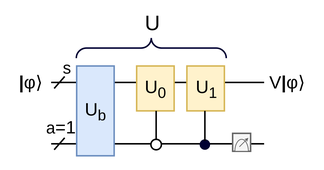
This is images/unitary.svg from BQSKit/bqskit-tutorial, a draw.io export, as it was before one commit. Source tidied: cells renumbered, new cells last; positions are measured from the earlier drawing's top-left corner, leaving out a move shared by most shapes.
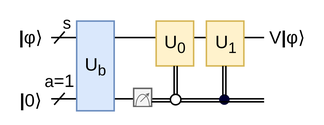
Above is the later version.

What changed in the source:
```diff
@@ -4,27 +4,27 @@
     <mxCell id="1" parent="0" />
     <mxCell id="2" style="endArrow=none;html=1;rounded=0;fontSize=6;fontColor=#FF0000;targetPerimeterSpacing=-2;" parent="1" edge="1">
       <mxGeometry relative="1" as="geometry">
-        <mxPoint x="34" y="73" as="sourcePoint" />
-        <mxPoint x="176" y="73" as="targetPoint" />
+        <mxPoint x="34" y="-73" as="sourcePoint" />
+        <mxPoint x="176" y="-73" as="targetPoint" />
       </mxGeometry>
     </mxCell>
     <mxCell id="3" style="endArrow=none;html=1;rounded=0;fontSize=6;fontColor=#FF0000;endSize=8;" parent="1" edge="1">
       <mxGeometry relative="1" as="geometry">
-        <mxPoint x="34" y="114" as="sourcePoint" />
-        <mxPoint x="176" y="114" as="targetPoint" />
+        <mxPoint x="34" y="-32" as="sourcePoint" />
+        <mxPoint x="176" y="-32" as="targetPoint" />
       </mxGeometry>
     </mxCell>
     <mxCell id="4" value="U&lt;sub&gt;b&lt;/sub&gt;" style="rounded=0;whiteSpace=wrap;html=1;fillColor=#dae8fc;strokeColor=#6c8ebf;" parent="1" vertex="1">
-      <mxGeometry x="51" y="62" width="25" height="60" as="geometry" />
+      <mxGeometry x="51" y="-84" width="25" height="60" as="geometry" />
     </mxCell>
     <mxCell id="5" style="edgeStyle=orthogonalEdgeStyle;rounded=0;orthogonalLoop=1;jettySize=auto;html=1;exitX=0.5;exitY=1;exitDx=0;exitDy=0;" parent="1" edge="1">
       <mxGeometry relative="1" as="geometry">
-        <mxPoint x="63.5" y="123" as="sourcePoint" />
-        <mxPoint x="63.5" y="123" as="targetPoint" />
+        <mxPoint x="63.5" y="-23" as="sourcePoint" />
+        <mxPoint x="63.5" y="-23" as="targetPoint" />
       </mxGeometry>
     </mxCell>
     <mxCell id="6" style="group;" parent="1" vertex="1">
-      <mxGeometry x="155" y="107" width="12" height="12" as="geometry" />
+      <mxGeometry x="89" y="-39" width="12" height="12" as="geometry" />
     </mxCell>
     <mxCell id="7" style="rounded=0;whiteSpace=wrap;html=1;fillColor=#f5f5f5;strokeColor=#666666;fontColor=#333333;" parent="6" vertex="1">
       <mxGeometry width="12" height="12" as="geometry" />
@@ -39,58 +39,73 @@
       </mxGeometry>
     </mxCell>
     <mxCell id="10" value="&lt;span lang=&quot;en&quot; class=&quot;BxUVEf ILfuVd&quot;&gt;&lt;span class=&quot;hgKElc&quot;&gt;&lt;span&gt;&lt;span&gt;&lt;b&gt;|&lt;/b&gt;&lt;/span&gt;&lt;/span&gt;&lt;/span&gt;&lt;/span&gt;φ&lt;span lang=&quot;en&quot; class=&quot;BxUVEf ILfuVd&quot;&gt;&lt;span class=&quot;hgKElc&quot;&gt;&lt;span&gt;&lt;span&gt;⟩&lt;/span&gt;&lt;/span&gt;&lt;/span&gt;&lt;/span&gt;" style="text;html=1;align=center;verticalAlign=middle;strokeColor=none;fillColor=none;" parent="1" vertex="1">
-      <mxGeometry y="58" width="40" height="30" as="geometry" />
+      <mxGeometry y="-88" width="40" height="30" as="geometry" />
     </mxCell>
-    <mxCell id="11" style="endArrow=none;html=1;rounded=0;" parent="1" edge="1">
-      <mxGeometry relative="1" as="geometry">
-        <mxPoint x="36" y="77" as="sourcePoint" />
-        <mxPoint x="43" y="69" as="targetPoint" />
-      </mxGeometry>
+    <mxCell id="11" value="&lt;span lang=&quot;en&quot; class=&quot;BxUVEf ILfuVd&quot;&gt;&lt;span class=&quot;hgKElc&quot;&gt;&lt;span&gt;&lt;span&gt;&lt;b&gt;|&lt;/b&gt;&lt;span tabindex=&quot;0&quot; role=&quot;tooltip&quot;&gt;&lt;span tabindex=&quot;0&quot; role=&quot;button&quot; class=&quot;c5aZPb&quot;&gt;&lt;span class=&quot;JPfdse&quot;&gt;0&lt;/span&gt;&lt;/span&gt;&lt;/span&gt;⟩&lt;/span&gt;&lt;/span&gt;&lt;/span&gt;&lt;/span&gt;" style="text;html=1;align=center;verticalAlign=middle;strokeColor=none;fillColor=none;" parent="1" vertex="1">
+      <mxGeometry y="-46" width="40" height="30" as="geometry" />
     </mxCell>
     <mxCell id="12" style="endArrow=none;html=1;rounded=0;" parent="1" edge="1">
       <mxGeometry relative="1" as="geometry">
-        <mxPoint x="36" y="118" as="sourcePoint" />
-        <mxPoint x="43" y="110" as="targetPoint" />
+        <mxPoint x="36" y="-69" as="sourcePoint" />
+        <mxPoint x="43" y="-77" as="targetPoint" />
       </mxGeometry>
     </mxCell>
-    <mxCell id="13" value="&lt;font style=&quot;font-size: 11px;&quot;&gt;s&lt;/font&gt;" style="text;html=1;align=center;verticalAlign=middle;strokeColor=none;fillColor=none;" parent="1" vertex="1">
-      <mxGeometry x="29" y="48" width="30" height="30" as="geometry" />
+    <mxCell id="13" style="endArrow=none;html=1;rounded=0;" parent="1" edge="1">
+      <mxGeometry relative="1" as="geometry">
+        <mxPoint x="36" y="-28" as="sourcePoint" />
+        <mxPoint x="43" y="-36" as="targetPoint" />
+      </mxGeometry>
     </mxCell>
-    <mxCell id="14" value="&lt;span lang=&quot;en&quot; class=&quot;BxUVEf ILfuVd&quot;&gt;&lt;span class=&quot;hgKElc&quot;&gt;&lt;span&gt;&lt;span&gt;V&lt;b&gt;|&lt;/b&gt;&lt;/span&gt;&lt;/span&gt;&lt;/span&gt;&lt;/span&gt;φ&lt;span lang=&quot;en&quot; class=&quot;BxUVEf ILfuVd&quot;&gt;&lt;span class=&quot;hgKElc&quot;&gt;&lt;span&gt;&lt;span&gt;⟩&lt;/span&gt;&lt;/span&gt;&lt;/span&gt;&lt;/span&gt;" style="text;html=1;align=center;verticalAlign=middle;strokeColor=none;fillColor=none;" parent="1" vertex="1">
-      <mxGeometry x="166" y="58" width="50" height="30" as="geometry" />
+    <mxCell id="14" value="&lt;font style=&quot;font-size: 11px;&quot;&gt;s&lt;/font&gt;" style="text;html=1;align=center;verticalAlign=middle;strokeColor=none;fillColor=none;" parent="1" vertex="1">
+      <mxGeometry x="29" y="-98" width="30" height="30" as="geometry" />
     </mxCell>
-    <mxCell id="15" style="ellipse;whiteSpace=wrap;html=1;fontSize=12;fillColor=#000033;strokeWidth=0;" parent="1" vertex="1">
-      <mxGeometry x="133" y="111" width="7" height="7" as="geometry" />
+    <mxCell id="15" value="&lt;span lang=&quot;en&quot; class=&quot;BxUVEf ILfuVd&quot;&gt;&lt;span class=&quot;hgKElc&quot;&gt;&lt;span&gt;&lt;span&gt;V&lt;b&gt;|&lt;/b&gt;&lt;/span&gt;&lt;/span&gt;&lt;/span&gt;&lt;/span&gt;φ&lt;span lang=&quot;en&quot; class=&quot;BxUVEf ILfuVd&quot;&gt;&lt;span class=&quot;hgKElc&quot;&gt;&lt;span&gt;&lt;span&gt;⟩&lt;/span&gt;&lt;/span&gt;&lt;/span&gt;&lt;/span&gt;" style="text;html=1;align=center;verticalAlign=middle;strokeColor=none;fillColor=none;" parent="1" vertex="1">
+      <mxGeometry x="166" y="-88" width="50" height="30" as="geometry" />
     </mxCell>
-    <mxCell id="16" value="U&lt;sub&gt;1&lt;/sub&gt;" style="rounded=0;whiteSpace=wrap;html=1;fillColor=#fff2cc;strokeColor=#d6b656;" parent="1" vertex="1">
-      <mxGeometry x="124.5" y="62" width="25" height="30" as="geometry" />
+    <mxCell id="16" style="ellipse;whiteSpace=wrap;html=1;fontSize=12;fillColor=#000033;strokeWidth=0;" parent="1" vertex="1">
+      <mxGeometry x="146" y="-35" width="7" height="7" as="geometry" />
     </mxCell>
-    <mxCell id="17" style="endArrow=none;html=1;rounded=0;exitX=0.5;exitY=0;exitDx=0;exitDy=0;entryX=0.5;entryY=1;entryDx=0;entryDy=0;endSize=6;" parent="1" edge="1">
-      <mxGeometry relative="1" as="geometry">
-        <mxPoint x="136.5" y="112" as="sourcePoint" />
-        <mxPoint x="136.5" y="92" as="targetPoint" />
-      </mxGeometry>
+    <mxCell id="17" value="U&lt;sub&gt;1&lt;/sub&gt;" style="rounded=0;whiteSpace=wrap;html=1;fillColor=#fff2cc;strokeColor=#d6b656;" parent="1" vertex="1">
+      <mxGeometry x="137.5" y="-84" width="25" height="30" as="geometry" />
     </mxCell>
-    <mxCell id="18" value="U&lt;sub&gt;0&lt;/sub&gt;" style="rounded=0;whiteSpace=wrap;html=1;fillColor=#fff2cc;strokeColor=#d6b656;" parent="1" vertex="1">
-      <mxGeometry x="91" y="62" width="25" height="30" as="geometry" />
+    <mxCell id="18" style="endArrow=none;html=1;rounded=0;exitX=0.5;exitY=0;exitDx=0;exitDy=0;entryX=0.5;entryY=1;entryDx=0;entryDy=0;endSize=6;" parent="1" edge="1">
+      <mxGeometry relative="1" as="geometry">
+        <mxPoint x="148.5" y="-34" as="sourcePoint" />
+        <mxPoint x="148.5" y="-54" as="targetPoint" />
+      </mxGeometry>
     </mxCell>
-    <mxCell id="19" style="ellipse;whiteSpace=wrap;html=1;fontSize=12;" parent="1" vertex="1">
-      <mxGeometry x="100.5" y="111" width="7" height="7" as="geometry" />
+    <mxCell id="19" style="endArrow=none;html=1;rounded=0;exitX=0.5;exitY=0;exitDx=0;exitDy=0;entryX=0.5;entryY=1;entryDx=0;entryDy=0;endSize=6;" parent="1" edge="1">
+      <mxGeometry relative="1" as="geometry">
+        <mxPoint x="150.5" y="-34" as="sourcePoint" />
+        <mxPoint x="150.5" y="-54" as="targetPoint" />
+      </mxGeometry>
     </mxCell>
-    <mxCell id="20" style="endArrow=none;html=1;rounded=0;exitX=0.5;exitY=0;exitDx=0;exitDy=0;entryX=0.5;entryY=1;entryDx=0;entryDy=0;" parent="1" edge="1">
-      <mxGeometry relative="1" as="geometry">
-        <mxPoint x="104" y="111" as="sourcePoint" />
-        <mxPoint x="104" y="92" as="targetPoint" />
-      </mxGeometry>
+    <mxCell id="20" value="U&lt;sub&gt;0&lt;/sub&gt;" style="rounded=0;whiteSpace=wrap;html=1;fillColor=#fff2cc;strokeColor=#d6b656;" parent="1" vertex="1">
+      <mxGeometry x="104" y="-84" width="25" height="30" as="geometry" />
     </mxCell>
-    <mxCell id="21" style="labelPosition=right;align=left;strokeWidth=1;shape=mxgraph.mockup.markup.curlyBrace;html=1;shadow=0;dashed=0;strokeColor=#000033;direction=north;rotation=90;" parent="1" vertex="1">
-      <mxGeometry x="94" width="13.5" height="100" as="geometry" />
+    <mxCell id="21" style="endArrow=none;html=1;rounded=0;exitX=0.5;exitY=0;exitDx=0;exitDy=0;entryX=0.5;entryY=1;entryDx=0;entryDy=0;" parent="1" edge="1">
+      <mxGeometry relative="1" as="geometry">
+        <mxPoint x="116" y="-35" as="sourcePoint" />
+        <mxPoint x="116" y="-54" as="targetPoint" />
+      </mxGeometry>
     </mxCell>
-    <mxCell id="22" value="&lt;font style=&quot;font-size: 14px;&quot;&gt;U&lt;/font&gt;" style="text;html=1;align=center;verticalAlign=middle;strokeColor=none;fillColor=none;" parent="1" vertex="1">
-      <mxGeometry x="85.8" y="18" width="30" height="30" as="geometry" />
+    <mxCell id="22" style="endArrow=none;html=1;rounded=0;exitX=0.5;exitY=0;exitDx=0;exitDy=0;entryX=0.5;entryY=1;entryDx=0;entryDy=0;" parent="1" edge="1">
+      <mxGeometry relative="1" as="geometry">
+        <mxPoint x="118" y="-35" as="sourcePoint" />
+        <mxPoint x="118" y="-54" as="targetPoint" />
+      </mxGeometry>
     </mxCell>
-    <mxCell id="23" value="&lt;font style=&quot;font-size: 11px;&quot;&gt;a&lt;/font&gt;=1" style="text;html=1;align=center;verticalAlign=middle;strokeColor=none;fillColor=none;" parent="1" vertex="1">
-      <mxGeometry x="20" y="88" width="40" height="30" as="geometry" />
+    <mxCell id="23" style="endArrow=none;html=1;rounded=0;" parent="1" edge="1">
+      <mxGeometry relative="1" as="geometry">
+        <mxPoint x="101" y="-30" as="sourcePoint" />
+        <mxPoint x="176" y="-30" as="targetPoint" />
+      </mxGeometry>
     </mxCell>
+    <mxCell id="24" style="ellipse;whiteSpace=wrap;html=1;fontSize=12;" parent="1" vertex="1">
+      <mxGeometry x="113.5" y="-35" width="7" height="7" as="geometry" />
+    </mxCell>
+    <mxCell id="25" value="&lt;font style=&quot;font-size: 11px;&quot;&gt;a&lt;/font&gt;=1" style="text;html=1;align=center;verticalAlign=middle;strokeColor=none;fillColor=none;" parent="1" vertex="1">
+      <mxGeometry x="19" y="-59" width="40" height="30" as="geometry" />
+    </mxCell>
   </root>
 </mxGraphModel>
```
